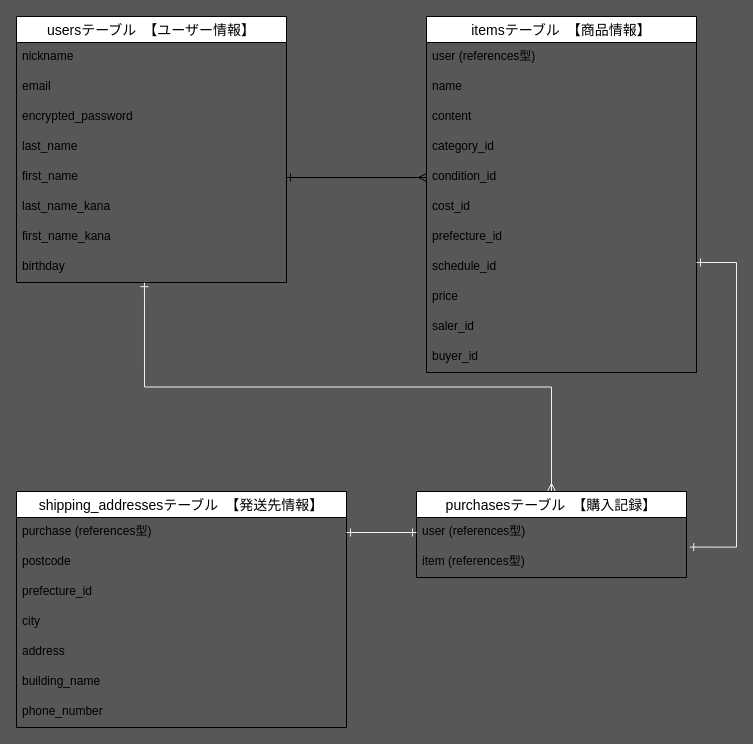
Before: .dio in KayKawa/furima-35649, a draw.io diagram. Source tidied: cells renumbered, new cells numbered last; positions are measured from the earlier drawing's top-left corner, leaving out a move shared by most shapes. Both pictures are drawn from the tidied source at 100%, with x=0, y=0 at pixel (16, 16).
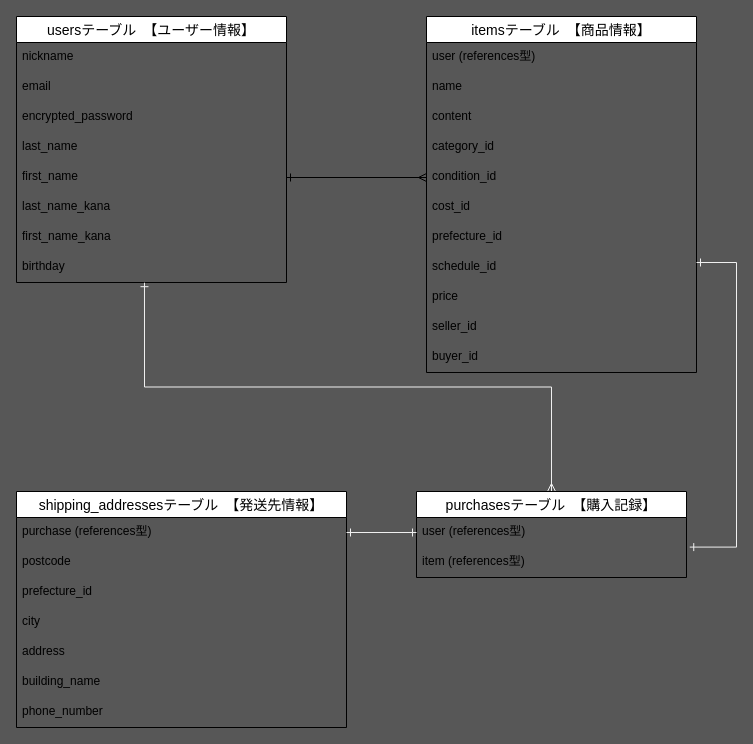
The same diagram, later.

Commit message:
seller_idカラム名の修正【ER図】

The change refers to these unchanged cells:
```xml
<mxCell id="11" value="itemsテーブル　【商品情報】" style="swimlane;fontStyle=0;horizontal=1;startSize=26;align=center;fontSize=14;" parent="1" vertex="1">
  <mxGeometry x="410" width="270" height="356" as="geometry" />
</mxCell>
```

Diff of the diagram source:
```diff
@@
-    <mxCell id="21" value="saler_id&#10;" style="text;strokeColor=none;fillColor=none;spacingLeft=4;spacingRight=4;overflow=hidden;fontSize=12;" parent="11" vertex="1">
+    <mxCell id="21" value="seller_id&#10;" style="text;strokeColor=none;fillColor=none;spacingLeft=4;spacingRight=4;overflow=hidden;fontSize=12;" parent="11" vertex="1">
       <mxGeometry y="296" width="270" height="30" as="geometry" />
     </mxCell>
```
